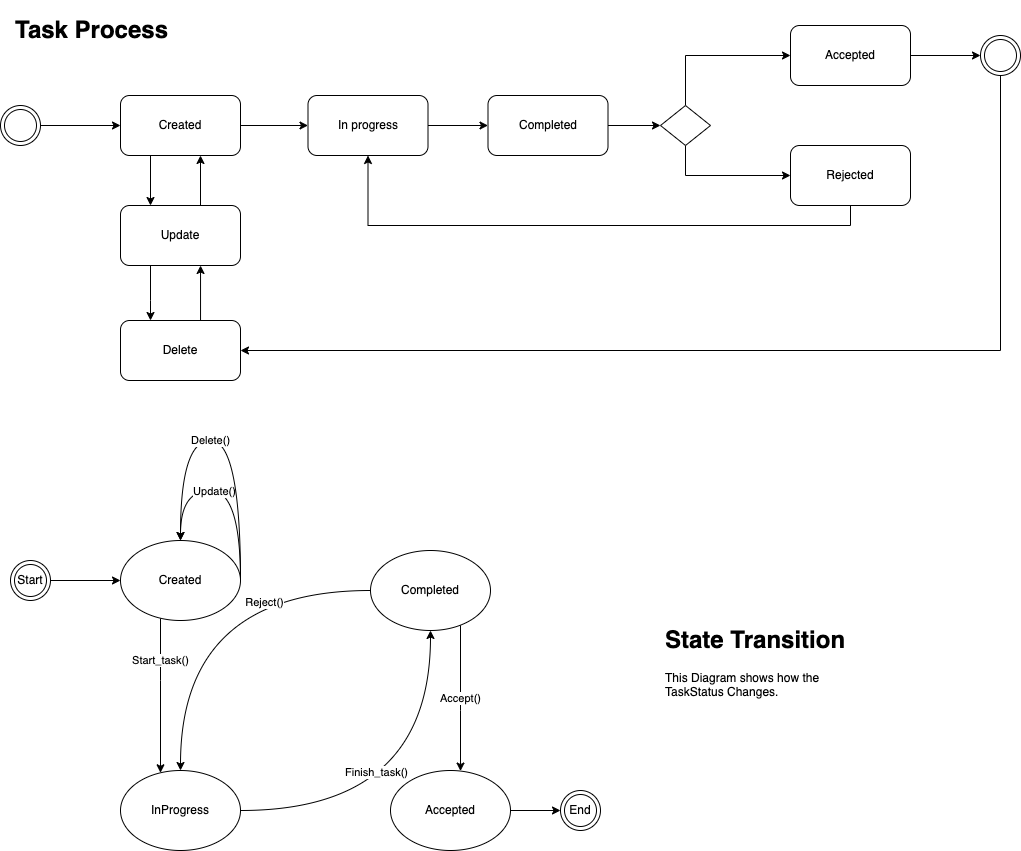
Above: designs/architecture/ProcessDesign.drawio.png in UniversalDot/documents (draw.io), before the change. Source tidied: cells renumbered, new cells last; positions are measured from the earlier drawing's top-left corner, leaving out a move shared by most shapes.
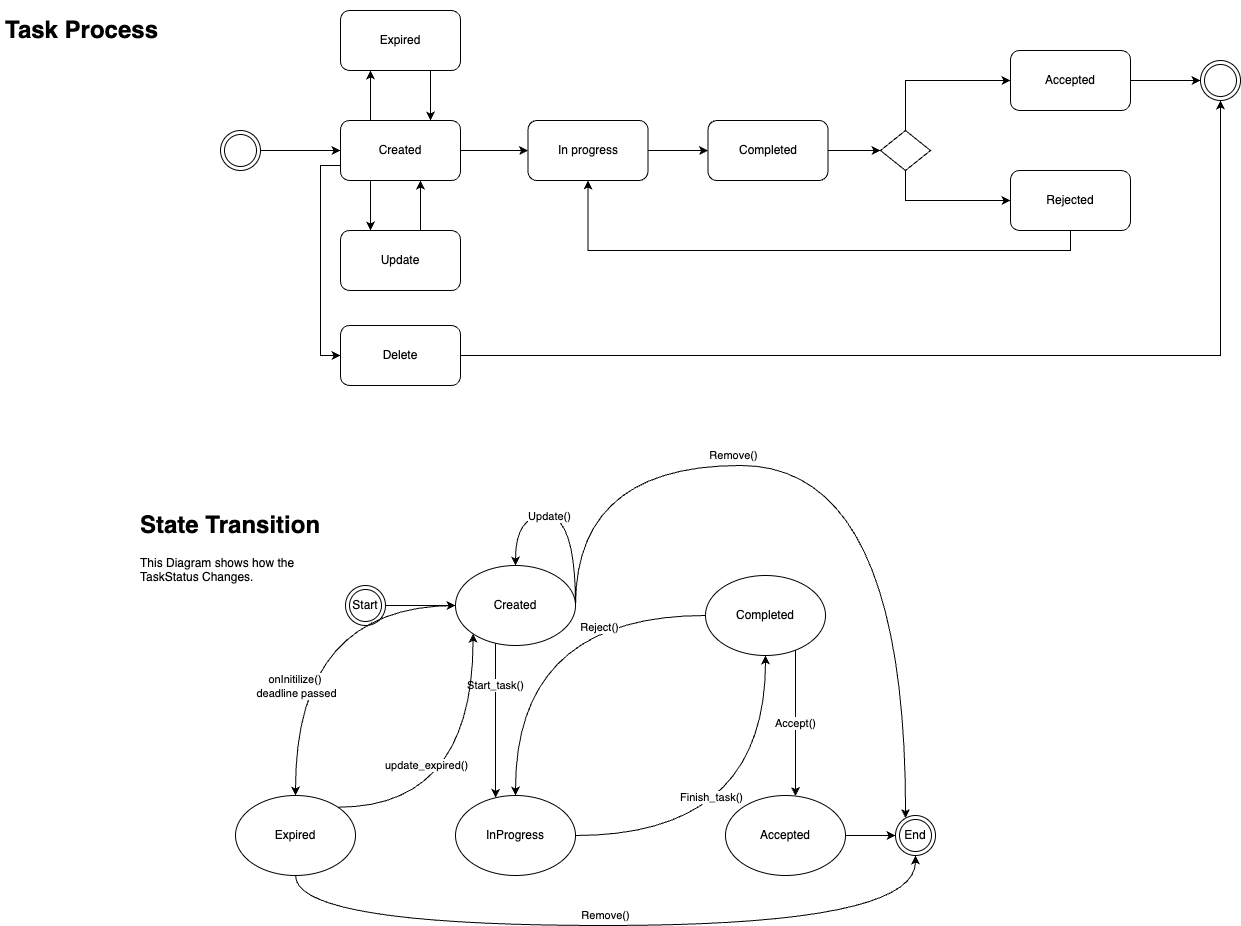
After the commit.

Change to the diagram source:
```diff
@@ -18,6 +18,17 @@
     <mxCell id="5" style="edgeStyle=orthogonalEdgeStyle;rounded=0;jettySize=auto;html=1;entryX=0.25;entryY=0;entryDx=0;entryDy=0;exitX=0.25;exitY=1;exitDx=0;exitDy=0;" parent="1" edge="1" source="6" target="22">
       <mxGeometry relative="1" as="geometry" />
     </mxCell>
+    <mxCell id="45" style="edgeStyle=orthogonalEdgeStyle;rounded=0;jettySize=auto;html=1;entryX=0;entryY=0.5;entryDx=0;entryDy=0;exitX=0;exitY=0.75;exitDx=0;exitDy=0;" parent="1" edge="1" source="6" target="44">
+      <mxGeometry relative="1" as="geometry">
+        <Array as="points">
+          <mxPoint x="100" y="130" />
+          <mxPoint x="100" y="320" />
+        </Array>
+      </mxGeometry>
+    </mxCell>
+    <mxCell id="46" style="edgeStyle=orthogonalEdgeStyle;rounded=0;jettySize=auto;html=1;entryX=0.25;entryY=1;entryDx=0;entryDy=0;exitX=0.25;exitY=0;exitDx=0;exitDy=0;" parent="1" edge="1" source="6" target="49">
+      <mxGeometry relative="1" as="geometry" />
+    </mxCell>
     <mxCell id="6" value="Created" style="rounded=1;whiteSpace=wrap;html=1;" parent="1" vertex="1">
       <mxGeometry x="120" y="85" width="120" height="60" as="geometry" />
     </mxCell>
@@ -33,13 +44,6 @@
     <mxCell id="10" value="Completed" style="rounded=1;whiteSpace=wrap;html=1;" parent="1" vertex="1">
       <mxGeometry x="487.5" y="85" width="120" height="60" as="geometry" />
     </mxCell>
-    <mxCell id="11" style="edgeStyle=orthogonalEdgeStyle;rounded=0;jettySize=auto;html=1;entryX=1;entryY=0.5;entryDx=0;entryDy=0;" parent="1" edge="1" source="12" target="44">
-      <mxGeometry relative="1" as="geometry">
-        <Array as="points">
-          <mxPoint x="1000" y="340" />
-        </Array>
-      </mxGeometry>
-    </mxCell>
     <mxCell id="12" style="ellipse;shape=doubleEllipse;whiteSpace=wrap;html=1;" parent="1" vertex="1">
       <mxGeometry x="980" y="25" width="40" height="40" as="geometry" />
     </mxCell>
@@ -81,39 +85,31 @@
         </Array>
       </mxGeometry>
     </mxCell>
-    <mxCell id="21" style="edgeStyle=orthogonalEdgeStyle;rounded=0;jettySize=auto;html=1;entryX=0.25;entryY=0;entryDx=0;entryDy=0;" parent="1" edge="1" source="22" target="44">
-      <mxGeometry relative="1" as="geometry">
-        <Array as="points">
-          <mxPoint x="150" y="290" />
-          <mxPoint x="150" y="290" />
-        </Array>
-      </mxGeometry>
-    </mxCell>
     <mxCell id="22" value="Update" style="rounded=1;whiteSpace=wrap;html=1;" parent="1" vertex="1">
       <mxGeometry x="120" y="195" width="120" height="60" as="geometry" />
     </mxCell>
     <mxCell id="23" value="&lt;h1&gt;Task Process&lt;/h1&gt;&lt;p&gt;&lt;br&gt;&lt;/p&gt;&lt;p&gt;&lt;br&gt;&lt;/p&gt;" style="text;html=1;strokeColor=none;fillColor=none;spacing=5;spacingTop=-20;whiteSpace=wrap;overflow=hidden;rounded=0;" parent="1" vertex="1">
-      <mxGeometry x="10" width="190" height="90" as="geometry" />
+      <mxGeometry x="-220" y="-25" width="190" height="90" as="geometry" />
     </mxCell>
     <mxCell id="24" value="&lt;h1&gt;State Transition&lt;/h1&gt;&lt;p&gt;This Diagram shows how the TaskStatus Changes.&lt;/p&gt;&lt;p&gt;&lt;br&gt;&lt;/p&gt;" style="text;html=1;strokeColor=none;fillColor=none;spacing=5;spacingTop=-20;whiteSpace=wrap;overflow=hidden;rounded=0;" parent="1" vertex="1">
-      <mxGeometry x="660" y="610" width="190" height="120" as="geometry" />
+      <mxGeometry x="-85" y="470" width="190" height="120" as="geometry" />
     </mxCell>
     <mxCell id="25" value="Start_task()" style="edgeStyle=orthogonalEdgeStyle;curved=1;jettySize=auto;html=1;" parent="1" edge="1" source="26" target="31">
       <mxGeometry x="-0.45" relative="1" as="geometry">
         <Array as="points">
-          <mxPoint x="160" y="670" />
-          <mxPoint x="160" y="670" />
+          <mxPoint x="275" y="670" />
+          <mxPoint x="275" y="670" />
         </Array>
       </mxGeometry>
     </mxCell>
     <mxCell id="26" value="Created" style="ellipse;whiteSpace=wrap;html=1;" parent="1" vertex="1">
-      <mxGeometry x="120" y="530" width="120" height="80" as="geometry" />
+      <mxGeometry x="235" y="530" width="120" height="80" as="geometry" />
     </mxCell>
     <mxCell id="27" style="edgeStyle=orthogonalEdgeStyle;rounded=0;jettySize=auto;html=1;entryX=0;entryY=0.5;entryDx=0;entryDy=0;" parent="1" edge="1" source="28" target="26">
       <mxGeometry relative="1" as="geometry" />
     </mxCell>
     <mxCell id="28" value="Start" style="ellipse;shape=doubleEllipse;whiteSpace=wrap;html=1;" parent="1" vertex="1">
-      <mxGeometry x="10" y="550" width="40" height="40" as="geometry" />
+      <mxGeometry x="125" y="550" width="40" height="40" as="geometry" />
     </mxCell>
     <mxCell id="29" style="edgeStyle=orthogonalEdgeStyle;curved=1;jettySize=auto;html=1;entryX=0.5;entryY=1;entryDx=0;entryDy=0;" parent="1" edge="1" source="31" target="37">
       <mxGeometry relative="1" as="geometry" />
@@ -122,19 +118,19 @@
       <mxGeometry x="-0.27" y="39" relative="1" as="geometry" />
     </mxCell>
     <mxCell id="31" value="InProgress" style="ellipse;whiteSpace=wrap;html=1;" parent="1" vertex="1">
-      <mxGeometry x="120" y="760" width="120" height="80" as="geometry" />
+      <mxGeometry x="235" y="760" width="120" height="80" as="geometry" />
     </mxCell>
     <mxCell id="32" style="edgeStyle=orthogonalEdgeStyle;curved=1;jettySize=auto;html=1;" parent="1" edge="1" source="33" target="40">
       <mxGeometry relative="1" as="geometry" />
     </mxCell>
     <mxCell id="33" value="Accepted" style="ellipse;whiteSpace=wrap;html=1;" parent="1" vertex="1">
-      <mxGeometry x="390" y="760" width="120" height="80" as="geometry" />
+      <mxGeometry x="505" y="760" width="120" height="80" as="geometry" />
     </mxCell>
     <mxCell id="34" value="Accept()" style="edgeStyle=orthogonalEdgeStyle;curved=1;jettySize=auto;html=1;" parent="1" edge="1" source="37" target="33">
       <mxGeometry relative="1" as="geometry">
         <Array as="points">
-          <mxPoint x="460" y="700" />
-          <mxPoint x="460" y="700" />
+          <mxPoint x="575" y="700" />
+          <mxPoint x="575" y="700" />
         </Array>
       </mxGeometry>
     </mxCell>
@@ -147,13 +143,13 @@
       </mxGeometry>
     </mxCell>
     <mxCell id="37" value="Completed" style="ellipse;whiteSpace=wrap;html=1;" parent="1" vertex="1">
-      <mxGeometry x="370" y="540" width="120" height="80" as="geometry" />
+      <mxGeometry x="485" y="540" width="120" height="80" as="geometry" />
     </mxCell>
     <mxCell id="38" style="edgeStyle=orthogonalEdgeStyle;curved=1;orthogonalLoop=1;jettySize=auto;html=1;entryX=0.5;entryY=0;entryDx=0;entryDy=0;exitX=1;exitY=0.5;exitDx=0;exitDy=0;" parent="1" edge="1" source="26" target="26">
       <mxGeometry relative="1" as="geometry">
         <Array as="points">
-          <mxPoint x="240" y="480" />
-          <mxPoint x="180" y="480" />
+          <mxPoint x="355" y="480" />
+          <mxPoint x="295" y="480" />
         </Array>
       </mxGeometry>
     </mxCell>
@@ -161,25 +157,68 @@
       <mxGeometry x="0.17" relative="1" as="geometry" />
     </mxCell>
     <mxCell id="40" value="End" style="ellipse;shape=doubleEllipse;whiteSpace=wrap;html=1;" parent="1" vertex="1">
-      <mxGeometry x="560" y="780" width="40" height="40" as="geometry" />
+      <mxGeometry x="675" y="780" width="40" height="40" as="geometry" />
     </mxCell>
     <mxCell id="41" style="edgeStyle=orthogonalEdgeStyle;curved=1;orthogonalLoop=1;jettySize=auto;html=1;exitX=0.5;exitY=1;exitDx=0;exitDy=0;" parent="1" edge="1" source="23" target="23">
       <mxGeometry relative="1" as="geometry" />
     </mxCell>
-    <mxCell id="42" value="Delete()" style="edgeStyle=orthogonalEdgeStyle;rounded=0;jettySize=auto;html=1;curved=1;" parent="1" edge="1" target="26">
-      <mxGeometry x="0.13" relative="1" as="geometry">
-        <mxPoint x="240" y="570" as="sourcePoint" />
+    <mxCell id="42" value="Remove()" style="edgeStyle=orthogonalEdgeStyle;rounded=0;jettySize=auto;html=1;curved=1;" parent="1" edge="1" target="40">
+      <mxGeometry x="-0.28" y="10" relative="1" as="geometry">
+        <mxPoint x="355" y="570" as="sourcePoint" />
         <Array as="points">
-          <mxPoint x="240" y="430" />
-          <mxPoint x="180" y="430" />
+          <mxPoint x="355" y="430" />
+          <mxPoint x="685" y="430" />
         </Array>
       </mxGeometry>
     </mxCell>
-    <mxCell id="43" style="edgeStyle=orthogonalEdgeStyle;rounded=0;jettySize=auto;html=1;entryX=0.667;entryY=1;entryDx=0;entryDy=0;entryPerimeter=0;exitX=0.667;exitY=0.017;exitDx=0;exitDy=0;exitPerimeter=0;" parent="1" edge="1" source="44" target="22">
-      <mxGeometry relative="1" as="geometry" />
-    </mxCell>
+    <mxCell id="47" style="edgeStyle=orthogonalEdgeStyle;rounded=0;jettySize=auto;html=1;entryX=0.5;entryY=1;entryDx=0;entryDy=0;" parent="1" edge="1" source="44" target="12">
+      <mxGeometry relative="1" as="geometry">
+        <Array as="points">
+          <mxPoint x="1000" y="320" />
+        </Array>
+      </mxGeometry>
+    </mxCell>
     <mxCell id="44" value="Delete" style="rounded=1;whiteSpace=wrap;html=1;" parent="1" vertex="1">
-      <mxGeometry x="120" y="310" width="120" height="60" as="geometry" />
+      <mxGeometry x="120" y="290" width="120" height="60" as="geometry" />
     </mxCell>
+    <mxCell id="48" style="edgeStyle=orthogonalEdgeStyle;rounded=0;jettySize=auto;html=1;" parent="1" edge="1" source="49" target="6">
+      <mxGeometry relative="1" as="geometry">
+        <Array as="points">
+          <mxPoint x="210" y="60" />
+          <mxPoint x="210" y="60" />
+        </Array>
+      </mxGeometry>
+    </mxCell>
+    <mxCell id="49" value="Expired" style="rounded=1;whiteSpace=wrap;html=1;" parent="1" vertex="1">
+      <mxGeometry x="120" y="-25" width="120" height="60" as="geometry" />
+    </mxCell>
+    <mxCell id="50" value="Expired" style="ellipse;whiteSpace=wrap;html=1;" parent="1" vertex="1">
+      <mxGeometry x="15" y="760" width="120" height="80" as="geometry" />
+    </mxCell>
+    <mxCell id="51" style="edgeStyle=orthogonalEdgeStyle;curved=1;jettySize=auto;html=1;exitX=0;exitY=0.5;exitDx=0;exitDy=0;" parent="1" edge="1" source="26" target="50">
+      <mxGeometry relative="1" as="geometry" />
+    </mxCell>
+    <mxCell id="52" value="onInitilize()&amp;nbsp;&lt;br&gt;deadline passed" style="edgeLabel;html=1;align=center;verticalAlign=middle;" parent="51" vertex="1">
+      <mxGeometry x="-0.43" y="11" relative="1" as="geometry">
+        <mxPoint x="-60" y="69" as="offset" />
+      </mxGeometry>
+    </mxCell>
+    <mxCell id="53" style="edgeStyle=orthogonalEdgeStyle;curved=1;jettySize=auto;html=1;exitX=1;exitY=0;exitDx=0;exitDy=0;entryX=0;entryY=1;entryDx=0;entryDy=0;" parent="1" edge="1" source="50" target="26">
+      <mxGeometry relative="1" as="geometry" />
+    </mxCell>
+    <mxCell id="54" value="update_expired()" style="edgeLabel;html=1;align=center;verticalAlign=middle;" parent="53" vertex="1">
+      <mxGeometry x="-0.27" y="39" relative="1" as="geometry">
+        <mxPoint x="-25" y="-3" as="offset" />
+      </mxGeometry>
+    </mxCell>
+    <mxCell id="55" value="Remove()" style="edgeStyle=orthogonalEdgeStyle;rounded=0;jettySize=auto;html=1;curved=1;exitX=0.5;exitY=1;exitDx=0;exitDy=0;" parent="1" edge="1" source="50">
+      <mxGeometry x="-0.03" y="10" relative="1" as="geometry">
+        <mxPoint x="695" y="820" as="targetPoint" />
+        <Array as="points">
+          <mxPoint x="75" y="890" />
+          <mxPoint x="695" y="890" />
+        </Array>
+      </mxGeometry>
+    </mxCell>
   </root>
 </mxGraphModel>
```
